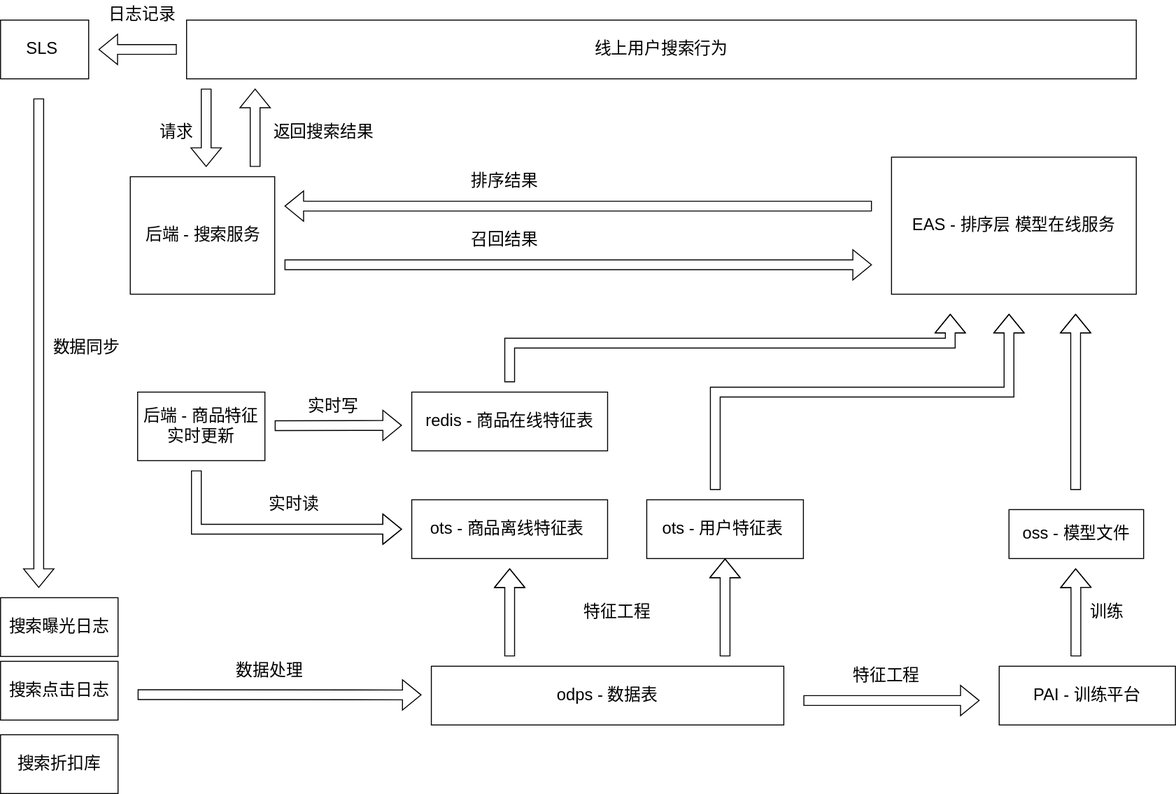
The draw.io diagram Untitled Diagram.drawio.svg in livmortis/drawio, before a commit. Source tidied: cells renumbered, new cells last; positions are measured from the earlier drawing's top-left corner, leaving out a move shared by most shapes.
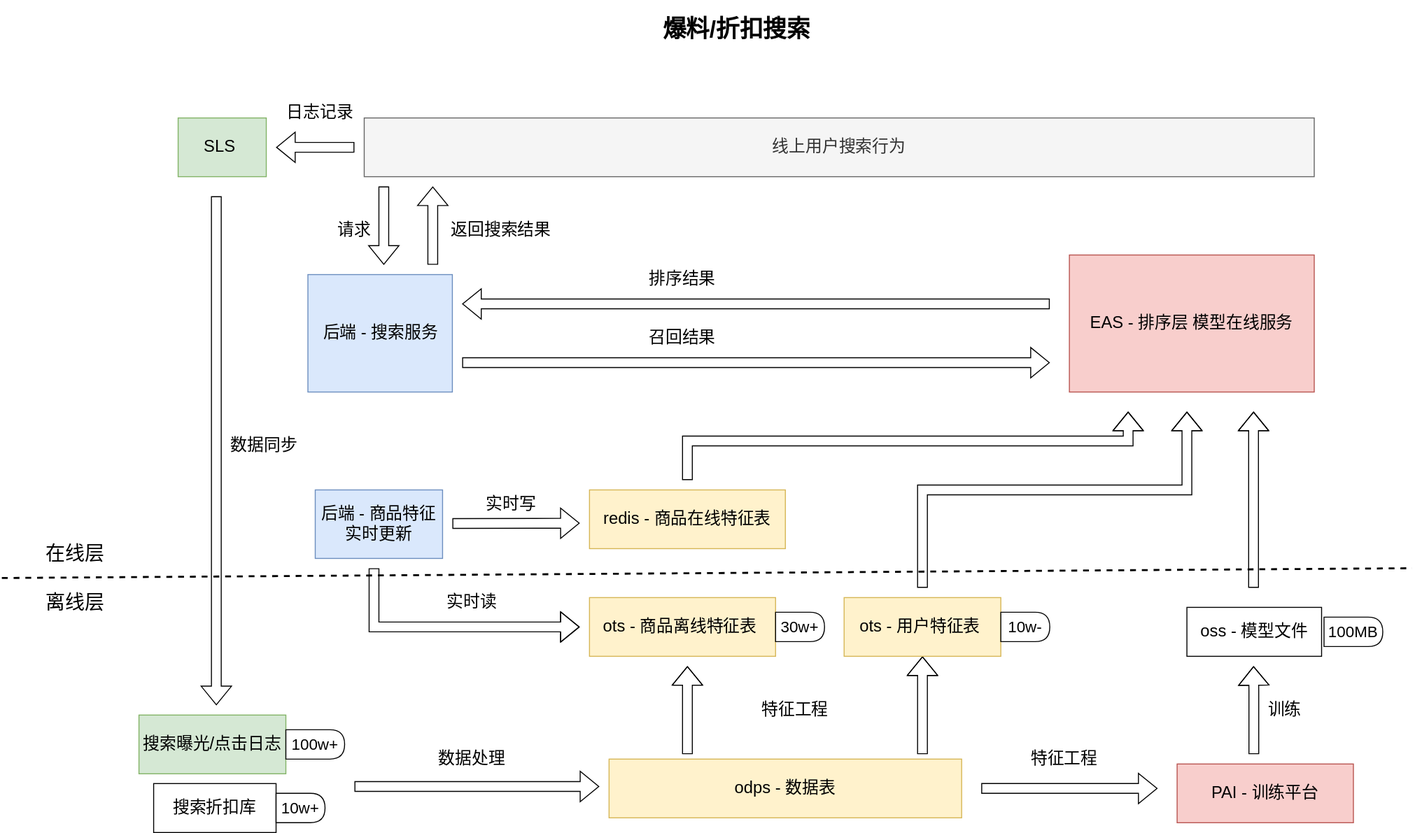
Above is the later version.

The edit, as a diff of the source:
```diff
@@ -2,37 +2,34 @@
   <root>
     <mxCell id="0" />
     <mxCell id="1" parent="0" />
-    <mxCell id="2" value="&lt;span style=&quot;font-size: 17px;&quot;&gt;搜索点击日志&lt;/span&gt;" style="rounded=0;whiteSpace=wrap;html=1;" parent="1" vertex="1">
-      <mxGeometry y="675" width="120" height="60" as="geometry" />
-    </mxCell>
-    <mxCell id="3" value="&lt;span style=&quot;font-size: 17px;&quot;&gt;搜索曝光日志&lt;/span&gt;" style="rounded=0;whiteSpace=wrap;html=1;" parent="1" vertex="1">
-      <mxGeometry y="610" width="120" height="60" as="geometry" />
+    <mxCell id="3" value="&lt;span style=&quot;font-size: 17px;&quot;&gt;搜索曝光/点击日志&lt;/span&gt;" style="rounded=0;whiteSpace=wrap;html=1;fillColor=#d5e8d4;strokeColor=#82b366;" parent="1" vertex="1">
+      <mxGeometry x="-40" y="630" width="150" height="60" as="geometry" />
     </mxCell>
-    <mxCell id="4" value="&lt;span style=&quot;font-size: 17px;&quot;&gt;odps - 数据表&lt;/span&gt;" style="rounded=0;whiteSpace=wrap;html=1;" parent="1" vertex="1">
-      <mxGeometry x="440" y="680" width="360" height="60" as="geometry" />
+    <mxCell id="4" value="&lt;span style=&quot;font-size: 17px;&quot;&gt;odps - 数据表&lt;/span&gt;" style="rounded=0;whiteSpace=wrap;html=1;fillColor=#fff2cc;strokeColor=#d6b656;" parent="1" vertex="1">
+      <mxGeometry x="440" y="675" width="360" height="60" as="geometry" />
     </mxCell>
     <mxCell id="5" value="&lt;font style=&quot;font-size: 17px;&quot;&gt;搜索折扣库&lt;/font&gt;" style="rounded=0;whiteSpace=wrap;html=1;" parent="1" vertex="1">
-      <mxGeometry y="750" width="120" height="60" as="geometry" />
+      <mxGeometry x="-25" y="700" width="125" height="50" as="geometry" />
     </mxCell>
     <mxCell id="6" style="shape=flexArrow;endArrow=classic;html=1;rounded=0;fontSize=17;" parent="1" edge="1">
       <mxGeometry relative="1" as="geometry">
-        <mxPoint x="140" y="709" as="sourcePoint" />
-        <mxPoint x="430" y="709.3" as="targetPoint" />
+        <mxPoint x="180" y="703" as="sourcePoint" />
+        <mxPoint x="430" y="703" as="targetPoint" />
       </mxGeometry>
     </mxCell>
     <mxCell id="7" value="数据处理" style="text;html=1;strokeColor=none;fillColor=none;align=center;verticalAlign=middle;whiteSpace=wrap;rounded=0;fontSize=17;" parent="1" vertex="1">
-      <mxGeometry x="220" y="670" width="110" height="30" as="geometry" />
+      <mxGeometry x="245" y="660" width="110" height="30" as="geometry" />
     </mxCell>
     <mxCell id="8" style="shape=flexArrow;endArrow=classic;html=1;rounded=0;fontSize=17;" parent="1" edge="1">
       <mxGeometry relative="1" as="geometry">
-        <mxPoint x="820" y="715" as="sourcePoint" />
-        <mxPoint x="1000" y="715" as="targetPoint" />
+        <mxPoint x="820" y="705" as="sourcePoint" />
+        <mxPoint x="1000" y="705" as="targetPoint" />
       </mxGeometry>
     </mxCell>
     <mxCell id="9" value="特征工程" style="text;html=1;strokeColor=none;fillColor=none;align=center;verticalAlign=middle;whiteSpace=wrap;rounded=0;fontSize=17;" parent="1" vertex="1">
-      <mxGeometry x="850" y="675" width="110" height="30" as="geometry" />
+      <mxGeometry x="850" y="660" width="110" height="30" as="geometry" />
     </mxCell>
-    <mxCell id="10" value="&lt;span style=&quot;font-size: 17px;&quot;&gt;PAI - 训练平台&lt;/span&gt;" style="rounded=0;whiteSpace=wrap;html=1;" parent="1" vertex="1">
+    <mxCell id="10" value="&lt;span style=&quot;font-size: 17px;&quot;&gt;PAI - 训练平台&lt;/span&gt;" style="rounded=0;whiteSpace=wrap;html=1;fillColor=#f8cecc;strokeColor=#b85450;" parent="1" vertex="1">
       <mxGeometry x="1020" y="680" width="180" height="60" as="geometry" />
     </mxCell>
     <mxCell id="11" style="shape=flexArrow;endArrow=classic;html=1;rounded=0;fontSize=17;" parent="1" edge="1">
@@ -46,22 +43,22 @@
     </mxCell>
     <mxCell id="12" style="shape=flexArrow;endArrow=classic;html=1;rounded=0;fontSize=17;" parent="1" edge="1">
       <mxGeometry relative="1" as="geometry">
-        <mxPoint x="740" y="670" as="sourcePoint" />
-        <mxPoint x="740" y="570" as="targetPoint" />
+        <mxPoint x="760" y="670" as="sourcePoint" />
+        <mxPoint x="760" y="570" as="targetPoint" />
         <Array as="points">
-          <mxPoint x="740" y="660" />
-          <mxPoint x="740" y="605" />
+          <mxPoint x="760" y="660" />
+          <mxPoint x="760" y="605" />
         </Array>
       </mxGeometry>
     </mxCell>
     <mxCell id="13" value="特征工程" style="text;html=1;strokeColor=none;fillColor=none;align=center;verticalAlign=middle;whiteSpace=wrap;rounded=0;fontSize=17;" parent="1" vertex="1">
       <mxGeometry x="590" y="610" width="80" height="30" as="geometry" />
     </mxCell>
-    <mxCell id="14" value="ots - 用户特征表&amp;nbsp;" style="rounded=0;whiteSpace=wrap;html=1;fontSize=17;" parent="1" vertex="1">
-      <mxGeometry x="660" y="510" width="160" height="60" as="geometry" />
+    <mxCell id="14" value="ots - 用户特征表&amp;nbsp;" style="rounded=0;whiteSpace=wrap;html=1;fontSize=17;fillColor=#fff2cc;strokeColor=#d6b656;" parent="1" vertex="1">
+      <mxGeometry x="680" y="510" width="160" height="60" as="geometry" />
     </mxCell>
-    <mxCell id="15" value="ots - 商品离线特征表&amp;nbsp;" style="rounded=0;whiteSpace=wrap;html=1;fontSize=17;" parent="1" vertex="1">
-      <mxGeometry x="420" y="510" width="200" height="60" as="geometry" />
+    <mxCell id="15" value="ots - 商品离线特征表&amp;nbsp;" style="rounded=0;whiteSpace=wrap;html=1;fontSize=17;fillColor=#fff2cc;strokeColor=#d6b656;" parent="1" vertex="1">
+      <mxGeometry x="420" y="510" width="190" height="60" as="geometry" />
     </mxCell>
     <mxCell id="16" style="shape=flexArrow;endArrow=classic;html=1;rounded=0;fontSize=17;" parent="1" edge="1">
       <mxGeometry relative="1" as="geometry">
@@ -79,7 +76,7 @@
     <mxCell id="18" value="训练" style="text;html=1;strokeColor=none;fillColor=none;align=center;verticalAlign=middle;whiteSpace=wrap;rounded=0;fontSize=17;" parent="1" vertex="1">
       <mxGeometry x="1080" y="610" width="100" height="30" as="geometry" />
     </mxCell>
-    <mxCell id="19" value="EAS - 排序层 模型在线服务" style="rounded=0;whiteSpace=wrap;html=1;fontSize=17;" parent="1" vertex="1">
+    <mxCell id="19" value="EAS - 排序层 模型在线服务" style="rounded=0;whiteSpace=wrap;html=1;fontSize=17;fillColor=#f8cecc;strokeColor=#b85450;" parent="1" vertex="1">
       <mxGeometry x="910" y="160" width="250" height="140" as="geometry" />
     </mxCell>
     <mxCell id="20" style="shape=flexArrow;endArrow=classic;html=1;rounded=0;fontSize=17;" parent="1" edge="1">
@@ -95,10 +92,10 @@
     </mxCell>
     <mxCell id="21" style="shape=flexArrow;endArrow=classic;html=1;rounded=0;fontSize=17;" parent="1" edge="1">
       <mxGeometry relative="1" as="geometry">
-        <mxPoint x="730" y="500" as="sourcePoint" />
+        <mxPoint x="760" y="500" as="sourcePoint" />
         <mxPoint x="1030" y="320" as="targetPoint" />
         <Array as="points">
-          <mxPoint x="730" y="400" />
+          <mxPoint x="760" y="400" />
           <mxPoint x="1030" y="400" />
         </Array>
       </mxGeometry>
@@ -113,16 +110,16 @@
         </Array>
       </mxGeometry>
     </mxCell>
-    <mxCell id="23" value="redis - 商品在线特征表" style="rounded=0;whiteSpace=wrap;html=1;fontSize=17;" parent="1" vertex="1">
+    <mxCell id="23" value="redis - 商品在线特征表" style="rounded=0;whiteSpace=wrap;html=1;fontSize=17;fillColor=#fff2cc;strokeColor=#d6b656;" parent="1" vertex="1">
       <mxGeometry x="420" y="400" width="200" height="60" as="geometry" />
     </mxCell>
-    <mxCell id="24" value="SLS&amp;nbsp;" style="rounded=0;whiteSpace=wrap;html=1;fontSize=17;" parent="1" vertex="1">
+    <mxCell id="24" value="SLS&amp;nbsp;" style="rounded=0;whiteSpace=wrap;html=1;fontSize=17;fillColor=#d5e8d4;strokeColor=#82b366;" parent="1" vertex="1">
       <mxGeometry y="20" width="90" height="60" as="geometry" />
     </mxCell>
-    <mxCell id="25" value="后端 - 搜索服务" style="rounded=0;whiteSpace=wrap;html=1;fontSize=17;" parent="1" vertex="1">
+    <mxCell id="25" value="后端 - 搜索服务" style="rounded=0;whiteSpace=wrap;html=1;fontSize=17;fillColor=#dae8fc;strokeColor=#6c8ebf;" parent="1" vertex="1">
       <mxGeometry x="132.5" y="180" width="147.5" height="120" as="geometry" />
     </mxCell>
-    <mxCell id="26" value="后端 - 商品特征实时更新" style="rounded=0;whiteSpace=wrap;html=1;fontSize=17;" parent="1" vertex="1">
+    <mxCell id="26" value="后端 - 商品特征实时更新" style="rounded=0;whiteSpace=wrap;html=1;fontSize=17;fillColor=#dae8fc;strokeColor=#6c8ebf;" parent="1" vertex="1">
       <mxGeometry x="140" y="400" width="130" height="70" as="geometry" />
     </mxCell>
     <mxCell id="27" style="shape=flexArrow;endArrow=classic;html=1;rounded=0;fontSize=17;" parent="1" edge="1">
@@ -161,7 +158,7 @@
         <mxPoint x="290" y="210" as="targetPoint" />
       </mxGeometry>
     </mxCell>
-    <mxCell id="34" value="线上用户搜索行为" style="rounded=0;whiteSpace=wrap;html=1;fontSize=17;" parent="1" vertex="1">
+    <mxCell id="34" value="线上用户搜索行为" style="rounded=0;whiteSpace=wrap;html=1;fontSize=17;fillColor=#f5f5f5;strokeColor=#666666;fontColor=#333333;" parent="1" vertex="1">
       <mxGeometry x="190" y="20" width="970" height="60" as="geometry" />
     </mxCell>
     <mxCell id="35" style="shape=flexArrow;endArrow=classic;html=1;rounded=0;fontSize=17;" parent="1" edge="1">
@@ -194,7 +191,7 @@
     <mxCell id="41" style="shape=flexArrow;endArrow=classic;html=1;rounded=0;fontSize=17;" parent="1" edge="1">
       <mxGeometry relative="1" as="geometry">
         <mxPoint x="39" y="100" as="sourcePoint" />
-        <mxPoint x="39" y="600" as="targetPoint" />
+        <mxPoint x="39" y="620" as="targetPoint" />
       </mxGeometry>
     </mxCell>
     <mxCell id="42" value="数据同步" style="text;html=1;strokeColor=none;fillColor=none;align=center;verticalAlign=middle;whiteSpace=wrap;rounded=0;fontSize=17;" parent="1" vertex="1">
@@ -203,5 +200,35 @@
     <mxCell id="43" value="排序结果" style="text;html=1;strokeColor=none;fillColor=none;align=center;verticalAlign=middle;whiteSpace=wrap;rounded=0;fontSize=17;" parent="1" vertex="1">
       <mxGeometry x="475" y="170" width="80" height="30" as="geometry" />
     </mxCell>
+    <mxCell id="44" style="endArrow=none;dashed=1;html=1;rounded=0;fontSize=17;strokeWidth=2;" parent="1" edge="1">
+      <mxGeometry relative="1" as="geometry">
+        <mxPoint x="-180" y="490" as="sourcePoint" />
+        <mxPoint x="1260" y="480" as="targetPoint" />
+      </mxGeometry>
+    </mxCell>
+    <mxCell id="45" value="&lt;font style=&quot;font-size: 20px;&quot;&gt;在线层&lt;/font&gt;" style="text;html=1;strokeColor=none;fillColor=none;align=center;verticalAlign=middle;whiteSpace=wrap;rounded=0;fontSize=17;" parent="1" vertex="1">
+      <mxGeometry x="-150" y="450" width="90" height="30" as="geometry" />
+    </mxCell>
+    <mxCell id="46" value="&lt;font style=&quot;font-size: 20px;&quot;&gt;离线层&lt;/font&gt;" style="text;html=1;strokeColor=none;fillColor=none;align=center;verticalAlign=middle;whiteSpace=wrap;rounded=0;fontSize=17;" parent="1" vertex="1">
+      <mxGeometry x="-150" y="500" width="90" height="30" as="geometry" />
+    </mxCell>
+    <mxCell id="47" value="10w-" style="shape=delay;whiteSpace=wrap;html=1;fontSize=16;" parent="1" vertex="1">
+      <mxGeometry x="840" y="525" width="50" height="30" as="geometry" />
+    </mxCell>
+    <mxCell id="48" value="30w+" style="shape=delay;whiteSpace=wrap;html=1;fontSize=16;" parent="1" vertex="1">
+      <mxGeometry x="610" y="525" width="50" height="30" as="geometry" />
+    </mxCell>
+    <mxCell id="49" value="100w+" style="shape=delay;whiteSpace=wrap;html=1;fontSize=16;" parent="1" vertex="1">
+      <mxGeometry x="110" y="645" width="60" height="30" as="geometry" />
+    </mxCell>
+    <mxCell id="50" value="10w+" style="shape=delay;whiteSpace=wrap;html=1;fontSize=16;" parent="1" vertex="1">
+      <mxGeometry x="100" y="710" width="50" height="30" as="geometry" />
+    </mxCell>
+    <mxCell id="51" value="100MB" style="shape=delay;whiteSpace=wrap;html=1;fontSize=16;" parent="1" vertex="1">
+      <mxGeometry x="1170" y="530" width="60" height="30" as="geometry" />
+    </mxCell>
+    <mxCell id="52" value="&lt;h1&gt;爆料/折扣搜索&lt;/h1&gt;" style="text;html=1;strokeColor=none;fillColor=none;spacing=5;spacingTop=-20;whiteSpace=wrap;overflow=hidden;rounded=0;" parent="1" vertex="1">
+      <mxGeometry x="490" y="-90" width="180" height="60" as="geometry" />
+    </mxCell>
   </root>
 </mxGraphModel>
```
